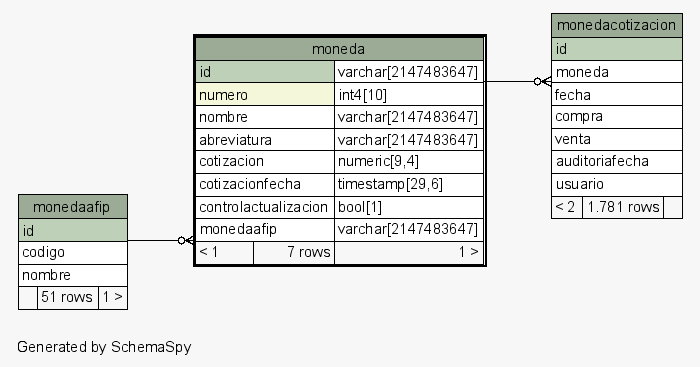
The Graphviz diagram postgresql/schemaSpy/salida/diagrams/moneda.1degree.png in diegopablomansilla/massoftware_front, before a commit. Its source is kept beside it as postgresql/schemaSpy/salida/diagrams/moneda.1degree.dot. Its diagram source:
```dot
digraph "oneDegreeRelationshipsDiagram" {
  graph [
    rankdir="RL"
    bgcolor="#f7f7f7"
    label="\nGenerated by SchemaSpy"
    labeljust="l"
    nodesep="0.18"
    ranksep="0.46"
    fontname="Helvetica"
    fontsize="11"
  ];
  node [
    fontname="Helvetica"
    fontsize="11"
    shape="plaintext"
  ];
  edge [
    arrowsize="0.8"
  ];
  "moneda":"monedaafip":sw -> "monedaafip":"id":se [arrowhead=none dir=back arrowtail=crowodot];
  "monedacotizacion":"moneda":sw -> "moneda":"id.type":se [arrowhead=none dir=back arrowtail=crowodot];
  "moneda" [
    label=<
    <TABLE BORDER="2" CELLBORDER="1" CELLSPACING="0" BGCOLOR="#ffffff">
      <TR><TD COLSPAN="3" BGCOLOR="#9bab96" ALIGN="CENTER">moneda</TD></TR>
      <TR><TD PORT="id" COLSPAN="2" BGCOLOR="#bed1b8" ALIGN="LEFT">id</TD><TD PORT="id.type" ALIGN="LEFT">varchar[2147483647]</TD></TR>
      <TR><TD PORT="numero" COLSPAN="2" BGCOLOR="#f4f7da" ALIGN="LEFT">numero</TD><TD PORT="numero.type" ALIGN="LEFT">int4[10]</TD></TR>
      <TR><TD PORT="nombre" COLSPAN="2" ALIGN="LEFT">nombre</TD><TD PORT="nombre.type" ALIGN="LEFT">varchar[2147483647]</TD></TR>
      <TR><TD PORT="abreviatura" COLSPAN="2" ALIGN="LEFT">abreviatura</TD><TD PORT="abreviatura.type" ALIGN="LEFT">varchar[2147483647]</TD></TR>
      <TR><TD PORT="cotizacion" COLSPAN="2" ALIGN="LEFT">cotizacion</TD><TD PORT="cotizacion.type" ALIGN="LEFT">numeric[9,4]</TD></TR>
      <TR><TD PORT="cotizacionfecha" COLSPAN="2" ALIGN="LEFT">cotizacionfecha</TD><TD PORT="cotizacionfecha.type" ALIGN="LEFT">timestamp[29,6]</TD></TR>
      <TR><TD PORT="controlactualizacion" COLSPAN="2" ALIGN="LEFT">controlactualizacion</TD><TD PORT="controlactualizacion.type" ALIGN="LEFT">bool[1]</TD></TR>
      <TR><TD PORT="monedaafip" COLSPAN="2" ALIGN="LEFT">monedaafip</TD><TD PORT="monedaafip.type" ALIGN="LEFT">varchar[2147483647]</TD></TR>
      <TR><TD ALIGN="LEFT" BGCOLOR="#f7f7f7">&lt; 1</TD><TD ALIGN="RIGHT" BGCOLOR="#f7f7f7">7 rows</TD><TD ALIGN="RIGHT" BGCOLOR="#f7f7f7">1 &gt;</TD></TR>
    </TABLE>>
    URL="moneda.html"
    tooltip="moneda"
  ];
  "monedaafip" [
    label=<
    <TABLE BORDER="0" CELLBORDER="1" CELLSPACING="0" BGCOLOR="#ffffff">
      <TR><TD COLSPAN="3" BGCOLOR="#9bab96" ALIGN="CENTER">monedaafip</TD></TR>
      <TR><TD PORT="id" COLSPAN="3" BGCOLOR="#bed1b8" ALIGN="LEFT">id</TD></TR>
      <TR><TD PORT="codigo" COLSPAN="3" ALIGN="LEFT">codigo</TD></TR>
      <TR><TD PORT="nombre" COLSPAN="3" ALIGN="LEFT">nombre</TD></TR>
      <TR><TD ALIGN="LEFT" BGCOLOR="#f7f7f7">  </TD><TD ALIGN="RIGHT" BGCOLOR="#f7f7f7">51 rows</TD><TD ALIGN="RIGHT" BGCOLOR="#f7f7f7">1 &gt;</TD></TR>
    </TABLE>>
    URL="monedaafip.html"
    tooltip="monedaafip"
  ];
  "monedacotizacion" [
    label=<
    <TABLE BORDER="0" CELLBORDER="1" CELLSPACING="0" BGCOLOR="#ffffff">
      <TR><TD COLSPAN="3" BGCOLOR="#9bab96" ALIGN="CENTER">monedacotizacion</TD></TR>
      <TR><TD PORT="id" COLSPAN="3" BGCOLOR="#bed1b8" ALIGN="LEFT">id</TD></TR>
      <TR><TD PORT="moneda" COLSPAN="3" ALIGN="LEFT">moneda</TD></TR>
      <TR><TD PORT="fecha" COLSPAN="3" ALIGN="LEFT">fecha</TD></TR>
      <TR><TD PORT="compra" COLSPAN="3" ALIGN="LEFT">compra</TD></TR>
      <TR><TD PORT="venta" COLSPAN="3" ALIGN="LEFT">venta</TD></TR>
      <TR><TD PORT="auditoriafecha" COLSPAN="3" ALIGN="LEFT">auditoriafecha</TD></TR>
      <TR><TD PORT="usuario" COLSPAN="3" ALIGN="LEFT">usuario</TD></TR>
      <TR><TD ALIGN="LEFT" BGCOLOR="#f7f7f7">&lt; 2</TD><TD ALIGN="RIGHT" BGCOLOR="#f7f7f7">1.781 rows</TD><TD ALIGN="RIGHT" BGCOLOR="#f7f7f7">  </TD></TR>
    </TABLE>>
    URL="monedacotizacion.html"
    tooltip="monedacotizacion"
  ];
}
```
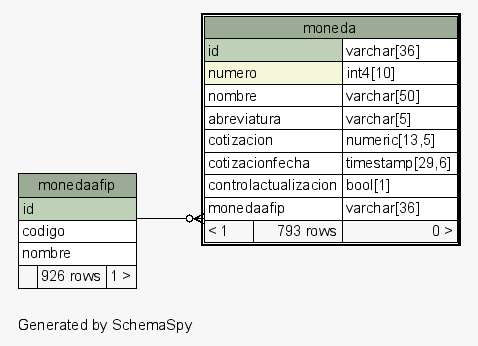
The same diagram one commit later.

The edit, as a diff of the source:
```diff
@@ -18,20 +18,19 @@
     arrowsize="0.8"
   ];
   "moneda":"monedaafip":sw -> "monedaafip":"id":se [arrowhead=none dir=back arrowtail=crowodot];
-  "monedacotizacion":"moneda":sw -> "moneda":"id.type":se [arrowhead=none dir=back arrowtail=crowodot];
   "moneda" [
     label=<
     <TABLE BORDER="2" CELLBORDER="1" CELLSPACING="0" BGCOLOR="#ffffff">
       <TR><TD COLSPAN="3" BGCOLOR="#9bab96" ALIGN="CENTER">moneda</TD></TR>
-      <TR><TD PORT="id" COLSPAN="2" BGCOLOR="#bed1b8" ALIGN="LEFT">id</TD><TD PORT="id.type" ALIGN="LEFT">varchar[2147483647]</TD></TR>
+      <TR><TD PORT="id" COLSPAN="2" BGCOLOR="#bed1b8" ALIGN="LEFT">id</TD><TD PORT="id.type" ALIGN="LEFT">varchar[36]</TD></TR>
       <TR><TD PORT="numero" COLSPAN="2" BGCOLOR="#f4f7da" ALIGN="LEFT">numero</TD><TD PORT="numero.type" ALIGN="LEFT">int4[10]</TD></TR>
-      <TR><TD PORT="nombre" COLSPAN="2" ALIGN="LEFT">nombre</TD><TD PORT="nombre.type" ALIGN="LEFT">varchar[2147483647]</TD></TR>
-      <TR><TD PORT="abreviatura" COLSPAN="2" ALIGN="LEFT">abreviatura</TD><TD PORT="abreviatura.type" ALIGN="LEFT">varchar[2147483647]</TD></TR>
-      <TR><TD PORT="cotizacion" COLSPAN="2" ALIGN="LEFT">cotizacion</TD><TD PORT="cotizacion.type" ALIGN="LEFT">numeric[9,4]</TD></TR>
+      <TR><TD PORT="nombre" COLSPAN="2" ALIGN="LEFT">nombre</TD><TD PORT="nombre.type" ALIGN="LEFT">varchar[50]</TD></TR>
+      <TR><TD PORT="abreviatura" COLSPAN="2" ALIGN="LEFT">abreviatura</TD><TD PORT="abreviatura.type" ALIGN="LEFT">varchar[5]</TD></TR>
+      <TR><TD PORT="cotizacion" COLSPAN="2" ALIGN="LEFT">cotizacion</TD><TD PORT="cotizacion.type" ALIGN="LEFT">numeric[13,5]</TD></TR>
       <TR><TD PORT="cotizacionfecha" COLSPAN="2" ALIGN="LEFT">cotizacionfecha</TD><TD PORT="cotizacionfecha.type" ALIGN="LEFT">timestamp[29,6]</TD></TR>
       <TR><TD PORT="controlactualizacion" COLSPAN="2" ALIGN="LEFT">controlactualizacion</TD><TD PORT="controlactualizacion.type" ALIGN="LEFT">bool[1]</TD></TR>
-      <TR><TD PORT="monedaafip" COLSPAN="2" ALIGN="LEFT">monedaafip</TD><TD PORT="monedaafip.type" ALIGN="LEFT">varchar[2147483647]</TD></TR>
-      <TR><TD ALIGN="LEFT" BGCOLOR="#f7f7f7">&lt; 1</TD><TD ALIGN="RIGHT" BGCOLOR="#f7f7f7">7 rows</TD><TD ALIGN="RIGHT" BGCOLOR="#f7f7f7">1 &gt;</TD></TR>
+      <TR><TD PORT="monedaafip" COLSPAN="2" ALIGN="LEFT">monedaafip</TD><TD PORT="monedaafip.type" ALIGN="LEFT">varchar[36]</TD></TR>
+      <TR><TD ALIGN="LEFT" BGCOLOR="#f7f7f7">&lt; 1</TD><TD ALIGN="RIGHT" BGCOLOR="#f7f7f7">793 rows</TD><TD ALIGN="RIGHT" BGCOLOR="#f7f7f7">0 &gt;</TD></TR>
     </TABLE>>
     URL="moneda.html"
     tooltip="moneda"
@@ -43,25 +42,9 @@
       <TR><TD PORT="id" COLSPAN="3" BGCOLOR="#bed1b8" ALIGN="LEFT">id</TD></TR>
       <TR><TD PORT="codigo" COLSPAN="3" ALIGN="LEFT">codigo</TD></TR>
       <TR><TD PORT="nombre" COLSPAN="3" ALIGN="LEFT">nombre</TD></TR>
-      <TR><TD ALIGN="LEFT" BGCOLOR="#f7f7f7">  </TD><TD ALIGN="RIGHT" BGCOLOR="#f7f7f7">51 rows</TD><TD ALIGN="RIGHT" BGCOLOR="#f7f7f7">1 &gt;</TD></TR>
+      <TR><TD ALIGN="LEFT" BGCOLOR="#f7f7f7">  </TD><TD ALIGN="RIGHT" BGCOLOR="#f7f7f7">926 rows</TD><TD ALIGN="RIGHT" BGCOLOR="#f7f7f7">1 &gt;</TD></TR>
     </TABLE>>
     URL="monedaafip.html"
     tooltip="monedaafip"
   ];
-  "monedacotizacion" [
-    label=<
-    <TABLE BORDER="0" CELLBORDER="1" CELLSPACING="0" BGCOLOR="#ffffff">
-      <TR><TD COLSPAN="3" BGCOLOR="#9bab96" ALIGN="CENTER">monedacotizacion</TD></TR>
-      <TR><TD PORT="id" COLSPAN="3" BGCOLOR="#bed1b8" ALIGN="LEFT">id</TD></TR>
-      <TR><TD PORT="moneda" COLSPAN="3" ALIGN="LEFT">moneda</TD></TR>
-      <TR><TD PORT="fecha" COLSPAN="3" ALIGN="LEFT">fecha</TD></TR>
-      <TR><TD PORT="compra" COLSPAN="3" ALIGN="LEFT">compra</TD></TR>
-      <TR><TD PORT="venta" COLSPAN="3" ALIGN="LEFT">venta</TD></TR>
-      <TR><TD PORT="auditoriafecha" COLSPAN="3" ALIGN="LEFT">auditoriafecha</TD></TR>
-      <TR><TD PORT="usuario" COLSPAN="3" ALIGN="LEFT">usuario</TD></TR>
-      <TR><TD ALIGN="LEFT" BGCOLOR="#f7f7f7">&lt; 2</TD><TD ALIGN="RIGHT" BGCOLOR="#f7f7f7">1.781 rows</TD><TD ALIGN="RIGHT" BGCOLOR="#f7f7f7">  </TD></TR>
-    </TABLE>>
-    URL="monedacotizacion.html"
-    tooltip="monedacotizacion"
-  ];
 }
```
